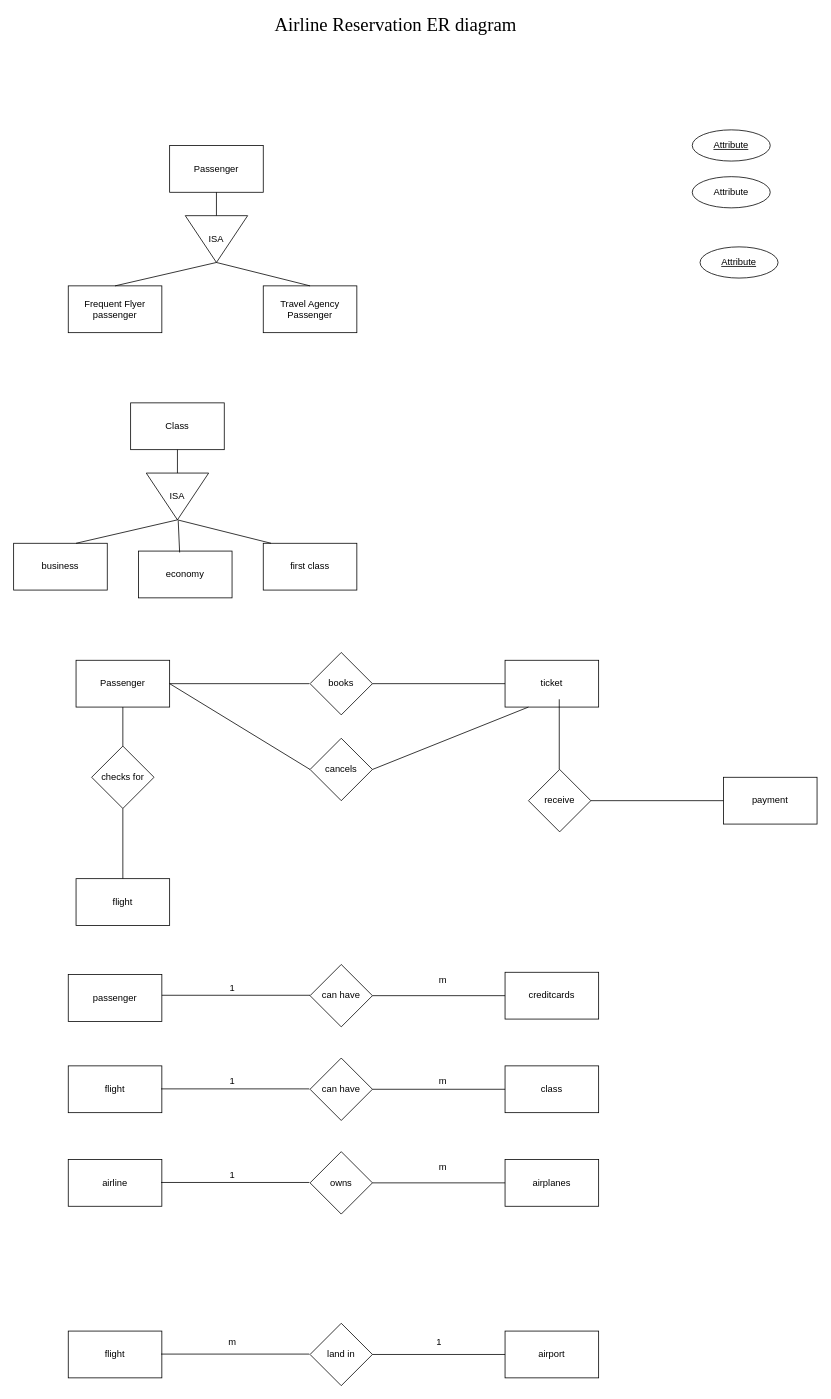
Earlier version of the draw.io diagram AirlineReservation.drawio (codylekha/ERdiagrams). Source tidied: cells renumbered, new cells numbered last; positions are measured from the earlier drawing's top-left corner, leaving out a move shared by most shapes. Both pictures are drawn from the tidied source at 78%, with x=0, y=0 at pixel (13, 13).
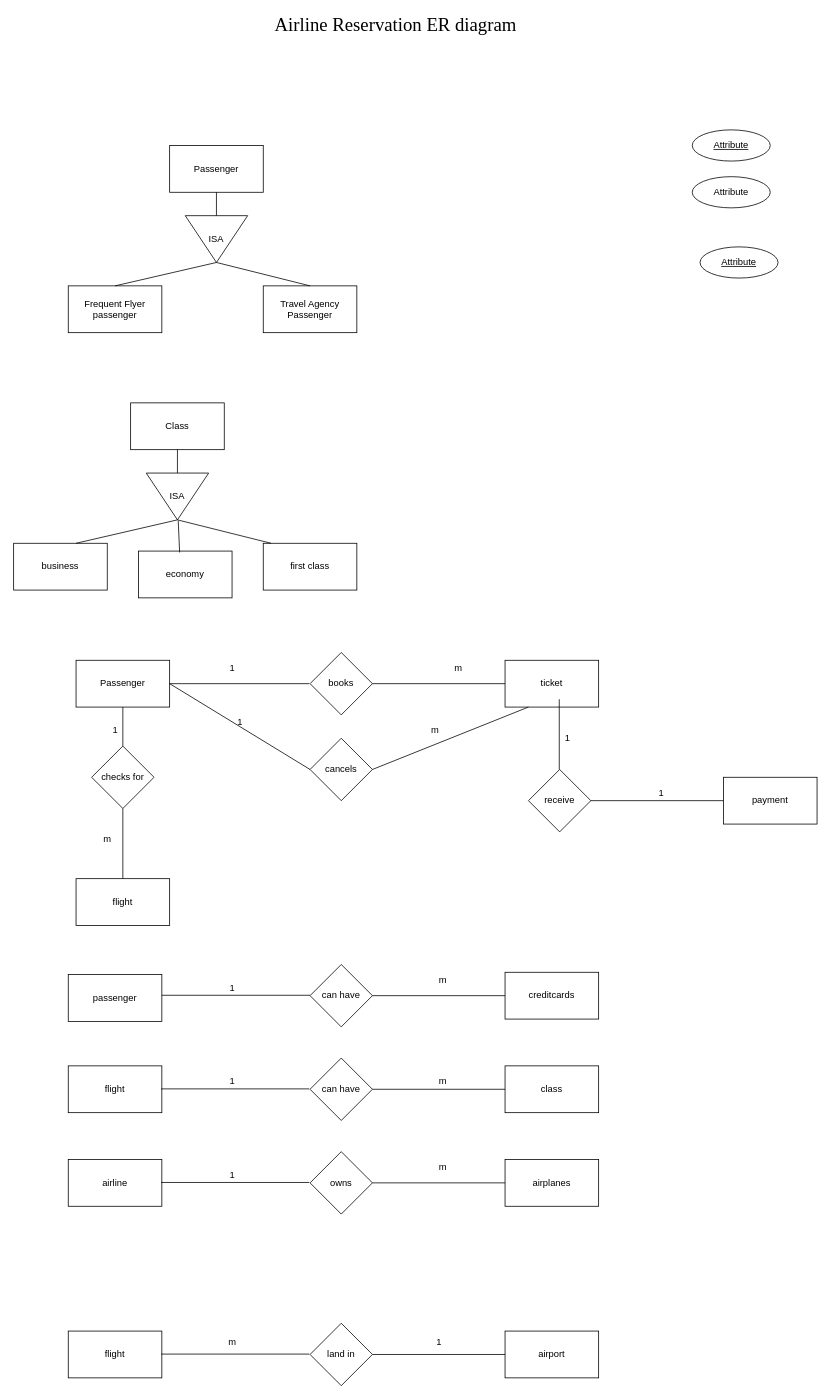
The same page after the edit.

The edit, as a diff of the source:
```diff
@@
+    <mxCell id="66" value="1" style="text;html=1;align=center;verticalAlign=middle;strokeColor=none;fillColor=none;" parent="1" vertex="1">
+      <mxGeometry x="265" y="824" width="30" height="30" as="geometry" />
+    </mxCell>
+    <mxCell id="67" value="m" style="text;html=1;align=center;verticalAlign=middle;strokeColor=none;fillColor=none;" parent="1" vertex="1">
+      <mxGeometry x="555" y="824" width="30" height="30" as="geometry" />
+    </mxCell>
+    <mxCell id="68" value="1" style="text;html=1;align=center;verticalAlign=middle;strokeColor=none;fillColor=none;" parent="1" vertex="1">
+      <mxGeometry x="275" y="894" width="30" height="30" as="geometry" />
+    </mxCell>
+    <mxCell id="69" value="m" style="text;html=1;align=center;verticalAlign=middle;strokeColor=none;fillColor=none;" parent="1" vertex="1">
+      <mxGeometry x="525" y="904" width="30" height="30" as="geometry" />
+    </mxCell>
+    <mxCell id="70" value="1" style="text;html=1;align=center;verticalAlign=middle;strokeColor=none;fillColor=none;" parent="1" vertex="1">
+      <mxGeometry x="695" y="914" width="30" height="30" as="geometry" />
+    </mxCell>
+    <mxCell id="71" value="1" style="text;html=1;align=center;verticalAlign=middle;strokeColor=none;fillColor=none;" parent="1" vertex="1">
+      <mxGeometry x="815" y="984" width="30" height="30" as="geometry" />
+    </mxCell>
+    <mxCell id="72" value="1" style="text;html=1;align=center;verticalAlign=middle;strokeColor=none;fillColor=none;" parent="1" vertex="1">
+      <mxGeometry x="115" y="904" width="30" height="30" as="geometry" />
+    </mxCell>
+    <mxCell id="73" value="m" style="text;html=1;align=center;verticalAlign=middle;strokeColor=none;fillColor=none;" parent="1" vertex="1">
+      <mxGeometry x="105" y="1044" width="30" height="30" as="geometry" />
+    </mxCell>
```
